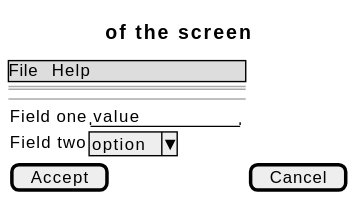
Before: docs/01-requirements/use-cases/registerApiClient/wireframes.svg, a diagram exported from PlantUML (didactika/kampus).
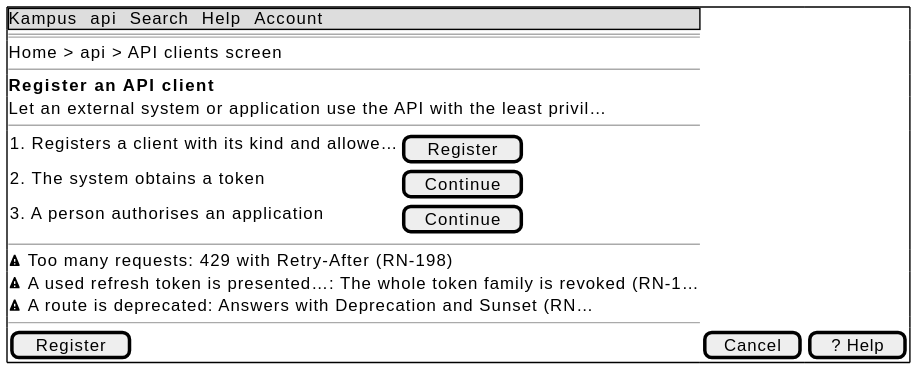
Later version of the same file.

The edit, as a diff of the source:
```diff
@@ -1,13 +1,22 @@
 @startsalt
-{
-  {* File | Help }
+{+
+  {* Kampus | api | Search | Help | Account }
   ==
-  Title of the screen
+  Home > api > API clients screen
+  --
+  <b>Register an API client
+  Let an external system or application use the API with the least privil…
   --
   {
-    Field one | "value        "
-    Field two | ^option^
+    1. Registers a client with its kind and allowe… | [ Register ]
+    2. The system obtains a token | [ Continue ]
+    3. A person authorises an application | [ Continue ]
   }
-  [ Accept ] | [ Cancel ]
+  --
+  <&warning> Too many requests: 429 with Retry-After (RN-198)
+  <&warning> A used refresh token is presented…: The whole token family is revoked (RN-1…
+  <&warning> A route is deprecated: Answers with Deprecation and Sunset (RN…
+  --
+  [ Register ] | [ Cancel ] | [ ? Help ]
 }
 @endsalt
```
